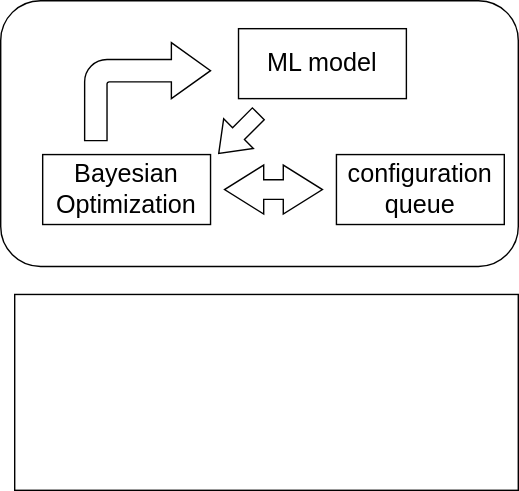
Above: kernel-BO.drawio.svg in Dong-J93/_pictures (draw.io), before the change. Source tidied: cells renumbered, new cells last; positions are measured from the earlier drawing's top-left corner, leaving out a move shared by most shapes.
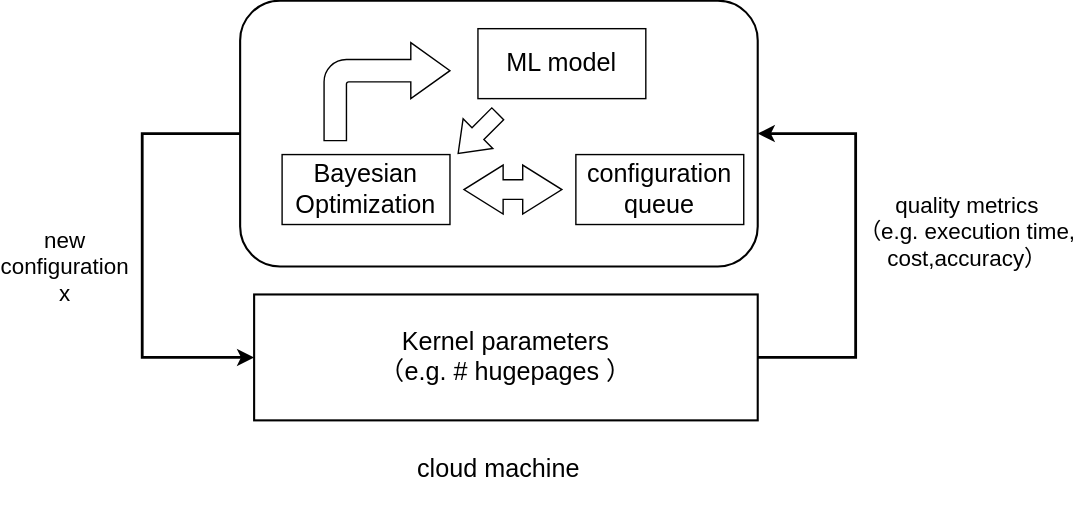
The same file after the commit.

Diff of the diagram source:
```diff
@@ -2,11 +2,27 @@
   <root>
     <mxCell id="0" />
     <mxCell id="1" parent="0" />
+    <mxCell id="10" style="edgeStyle=orthogonalEdgeStyle;rounded=0;jettySize=auto;html=1;exitX=0;exitY=0.5;exitDx=0;exitDy=0;entryX=0;entryY=0.5;entryDx=0;entryDy=0;strokeWidth=2;" parent="1" edge="1" source="2" target="3">
+      <mxGeometry relative="1" as="geometry">
+        <Array as="points">
+          <mxPoint x="-70" y="95" />
+          <mxPoint x="-70" y="255" />
+        </Array>
+      </mxGeometry>
+    </mxCell>
-    <mxCell id="2" style="rounded=1;whiteSpace=wrap;html=1;fillColor=none;" parent="1" vertex="1">
+    <mxCell id="2" style="rounded=1;whiteSpace=wrap;html=1;fillColor=none;strokeWidth=1.5;" parent="1" vertex="1">
       <mxGeometry width="370" height="190" as="geometry" />
     </mxCell>
+    <mxCell id="11" style="edgeStyle=orthogonalEdgeStyle;rounded=0;jettySize=auto;html=1;exitX=1;exitY=0.5;exitDx=0;exitDy=0;entryX=1;entryY=0.5;entryDx=0;entryDy=0;strokeWidth=2;" parent="1" edge="1" source="3" target="2">
+      <mxGeometry relative="1" as="geometry">
+        <Array as="points">
+          <mxPoint x="440" y="255" />
+          <mxPoint x="440" y="95" />
+        </Array>
+      </mxGeometry>
+    </mxCell>
-    <mxCell id="3" style="rounded=0;whiteSpace=wrap;html=1;fillColor=none;" parent="1" vertex="1">
-      <mxGeometry x="10" y="210" width="360" height="140" as="geometry" />
+    <mxCell id="3" value="&lt;font style=&quot;font-size: 18px;&quot;&gt;Kernel parameters&lt;/font&gt;&lt;div&gt;&lt;font style=&quot;font-size: 18px;&quot;&gt;（e.g. # hugepages ）&lt;/font&gt;&lt;/div&gt;" style="rounded=0;whiteSpace=wrap;html=1;fillColor=none;strokeWidth=1.5;" parent="1" vertex="1">
+      <mxGeometry x="10" y="210" width="360" height="90" as="geometry" />
     </mxCell>
     <mxCell id="4" value="&lt;font style=&quot;font-size: 18px;&quot;&gt;ML model&lt;/font&gt;" style="rounded=0;whiteSpace=wrap;html=1;" parent="1" vertex="1">
       <mxGeometry x="170" y="20" width="120" height="50" as="geometry" />
@@ -26,5 +42,14 @@
     <mxCell id="9" style="html=1;shadow=0;dashed=0;align=center;verticalAlign=middle;shape=mxgraph.arrows2.arrow;dy=0.6;dx=20;flipH=1;notch=0;rotation=-45;" parent="1" vertex="1">
       <mxGeometry x="150" y="80" width="40" height="30" as="geometry" />
     </mxCell>
+    <mxCell id="12" value="&lt;font style=&quot;font-size: 16px;&quot;&gt;new configuration&lt;/font&gt;&lt;div style=&quot;font-size: 16px;&quot;&gt;&lt;font style=&quot;font-size: 16px;&quot;&gt;x&lt;/font&gt;&lt;/div&gt;" style="text;html=1;align=center;verticalAlign=middle;whiteSpace=wrap;rounded=0;" parent="1" vertex="1">
+      <mxGeometry x="-170" y="160" width="90" height="60" as="geometry" />
+    </mxCell>
+    <mxCell id="13" value="&lt;span style=&quot;font-size: 16px;&quot;&gt;quality metrics&lt;/span&gt;&lt;div&gt;&lt;span style=&quot;font-size: 16px;&quot;&gt;（e.g. execution time, cost,accuracy）&lt;/span&gt;&lt;/div&gt;" style="text;html=1;align=center;verticalAlign=middle;whiteSpace=wrap;rounded=0;" parent="1" vertex="1">
+      <mxGeometry x="440" y="130" width="160" height="70" as="geometry" />
+    </mxCell>
+    <mxCell id="14" value="&lt;font style=&quot;font-size: 18px;&quot;&gt;cloud machine&lt;/font&gt;" style="text;html=1;align=center;verticalAlign=middle;whiteSpace=wrap;rounded=0;" parent="1" vertex="1">
+      <mxGeometry x="105" y="310" width="160" height="50" as="geometry" />
+    </mxCell>
   </root>
 </mxGraphModel>
```
